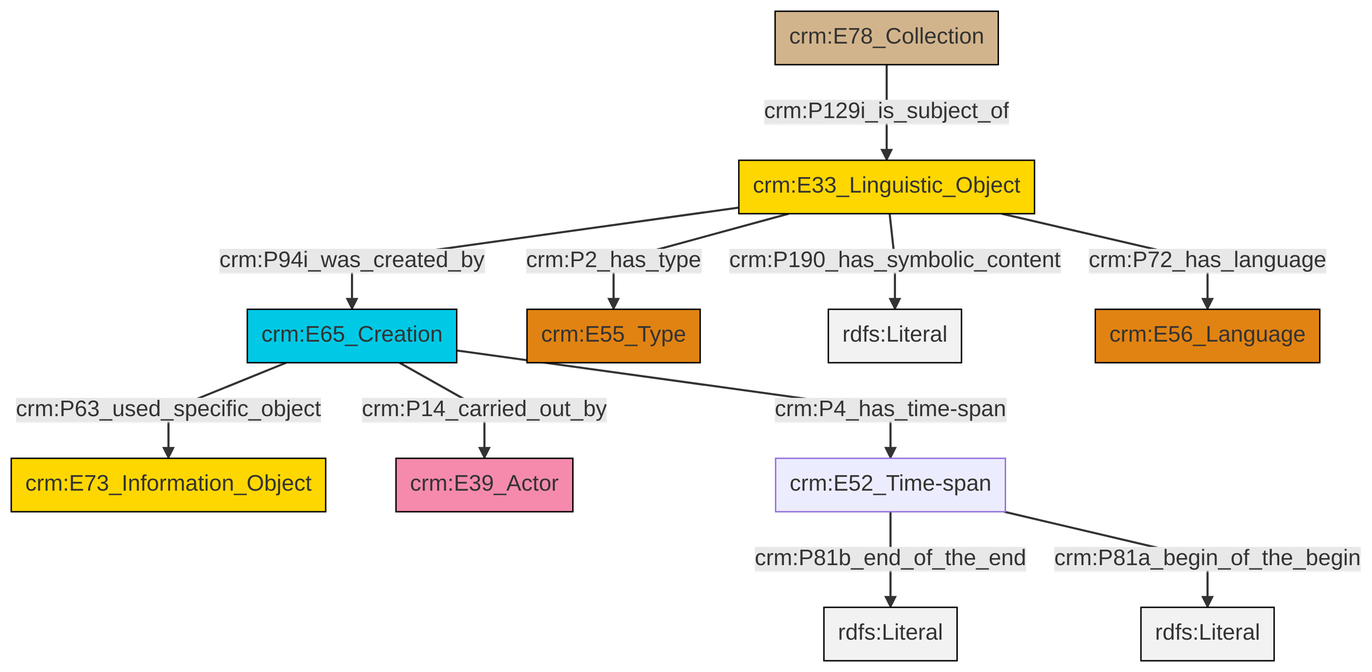
This is et/archivalCSV/ttl/mmd/png/archival_desc.png from swiss-art-research-net/docs.swissartresearch, a Mermaid export, as it was before one commit. Its source is kept beside it as et/archivalCSV/ttl/mmd/archival_desc.ttl.mmd.
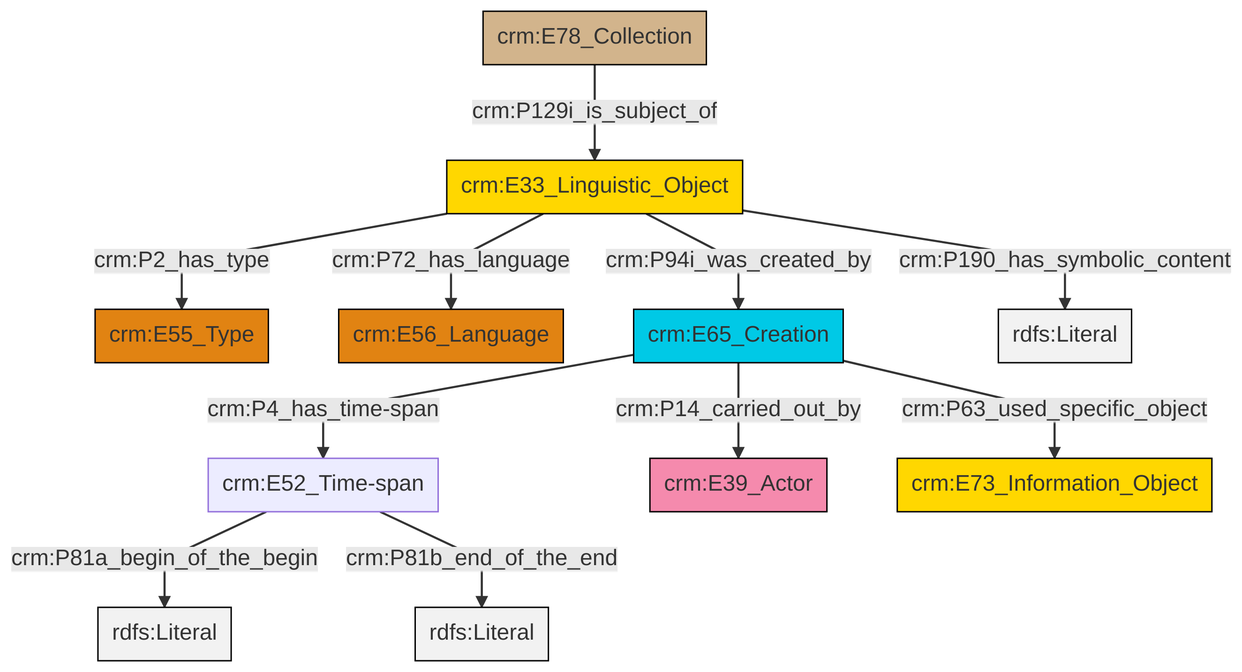
Later version of the same file.

Diff of the diagram source:
```diff
@@ -13,13 +13,13 @@
 classDef PC_Classes fill:#4ce600, stroke:#000000;
 classDef Multi fill:#cccccc,stroke:#000000;
 
+2["crm:E33_Linguistic_Object"]:::Conceptual_Object -->|crm:P2_has_type| 6["crm:E55_Type"]:::Type
+4["crm:E52_Time-span"]:::Default -->|crm:P81a_begin_of_the_begin| 7[rdfs:Literal]:::Literal
+2["crm:E33_Linguistic_Object"]:::Conceptual_Object -->|crm:P72_has_language| 8["crm:E56_Language"]:::Type
+11["crm:E65_Creation"]:::Temporal_Entity -->|crm:P63_used_specific_object| 12["crm:E73_Information_Object"]:::Conceptual_Object
+2["crm:E33_Linguistic_Object"]:::Conceptual_Object -->|crm:P94i_was_created_by| 11["crm:E65_Creation"]:::Temporal_Entity
+11["crm:E65_Creation"]:::Temporal_Entity -->|crm:P14_carried_out_by| 9["crm:E39_Actor"]:::Actor
 0["crm:E78_Collection"]:::Physical_Thing -->|crm:P129i_is_subject_of| 2["crm:E33_Linguistic_Object"]:::Conceptual_Object
-2["crm:E33_Linguistic_Object"]:::Conceptual_Object -->|crm:P2_has_type| 11["crm:E55_Type"]:::Type
-2["crm:E33_Linguistic_Object"]:::Conceptual_Object -->|crm:P190_has_symbolic_content| 13[rdfs:Literal]:::Literal
-7["crm:E65_Creation"]:::Temporal_Entity -->|crm:P63_used_specific_object| 3["crm:E73_Information_Object"]:::Conceptual_Object
-7["crm:E65_Creation"]:::Temporal_Entity -->|crm:P4_has_time-span| 9["crm:E52_Time-span"]:::Default
-2["crm:E33_Linguistic_Object"]:::Conceptual_Object -->|crm:P94i_was_created_by| 7["crm:E65_Creation"]:::Temporal_Entity
-7["crm:E65_Creation"]:::Temporal_Entity -->|crm:P14_carried_out_by| 5["crm:E39_Actor"]:::Actor
-9["crm:E52_Time-span"]:::Default -->|crm:P81b_end_of_the_end| 16[rdfs:Literal]:::Literal
-9["crm:E52_Time-span"]:::Default -->|crm:P81a_begin_of_the_begin| 17[rdfs:Literal]:::Literal
-2["crm:E33_Linguistic_Object"]:::Conceptual_Object -->|crm:P72_has_language| 14["crm:E56_Language"]:::Type
+4["crm:E52_Time-span"]:::Default -->|crm:P81b_end_of_the_end| 14[rdfs:Literal]:::Literal
+11["crm:E65_Creation"]:::Temporal_Entity -->|crm:P4_has_time-span| 4["crm:E52_Time-span"]:::Default
+2["crm:E33_Linguistic_Object"]:::Conceptual_Object -->|crm:P190_has_symbolic_content| 18[rdfs:Literal]:::Literal
```
